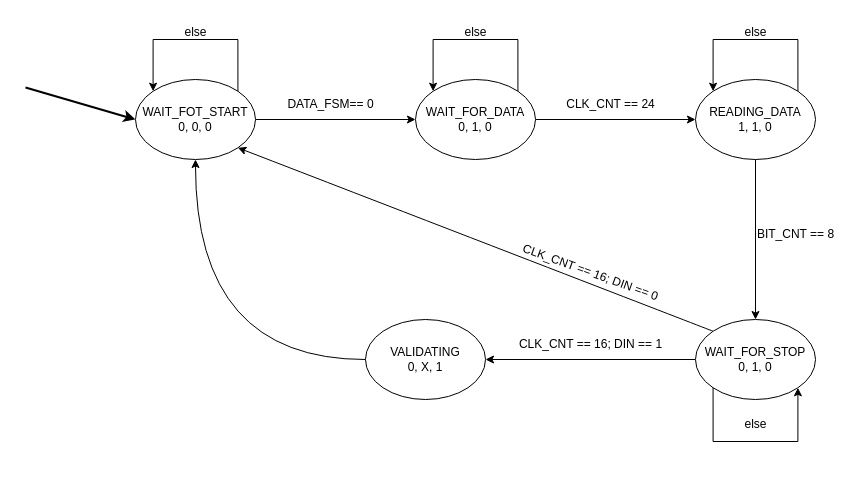
Above: INC_FSM.drawio in ArturSultanov/inc_project (draw.io), before the change. Source tidied: cells renumbered, new cells numbered last; positions are measured from the earlier drawing's top-left corner, leaving out a move shared by most shapes. Both pictures are drawn from the tidied source at 100%, with x=0, y=0 at pixel (25, 17).
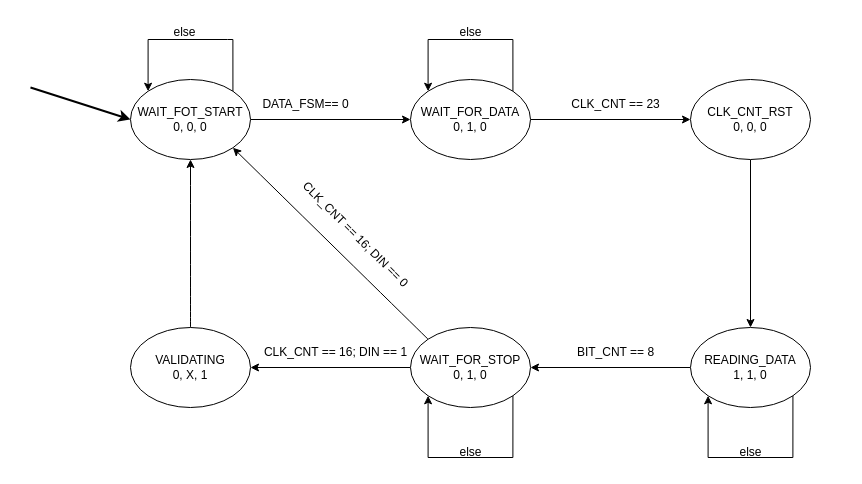
The same diagram, later.

The edit, as a diff of the source:
```diff
@@
     <mxCell id="3" style="jettySize=auto;html=1;exitX=0;exitY=0.5;exitDx=0;exitDy=0;endArrow=none;endFill=0;startArrow=classic;startFill=1;strokeWidth=2;" parent="1" edge="1" source="4">
       <mxGeometry relative="1" as="geometry">
-        <mxPoint y="70" as="targetPoint" />
+        <mxPoint x="5" y="70" as="targetPoint" />
       </mxGeometry>
     </mxCell>
     <mxCell id="4" value="WAIT_FOT_START&lt;br&gt;0, 0, 0" style="ellipse;whiteSpace=wrap;html=1;" parent="1" vertex="1">
-      <mxGeometry x="110" y="62" width="120" height="80" as="geometry" />
+      <mxGeometry x="105" y="62" width="120" height="80" as="geometry" />
     </mxCell>
@@
     <mxCell id="7" value="WAIT_FOR_STOP&lt;br&gt;0, 1, 0" style="ellipse;whiteSpace=wrap;html=1;" parent="1" vertex="1">
-      <mxGeometry x="670" y="302" width="120" height="80" as="geometry" />
+      <mxGeometry x="385" y="310" width="120" height="80" as="geometry" />
     </mxCell>
-    <mxCell id="8" style="edgeStyle=orthogonalEdgeStyle;rounded=0;jettySize=auto;html=1;exitX=0;exitY=0.5;exitDx=0;exitDy=0;entryX=0.5;entryY=1;entryDx=0;entryDy=0;curved=1;" parent="1" edge="1" source="9" target="4">
+    <mxCell id="8" style="edgeStyle=orthogonalEdgeStyle;rounded=0;jettySize=auto;html=1;exitX=0.5;exitY=0;exitDx=0;exitDy=0;entryX=0.5;entryY=1;entryDx=0;entryDy=0;curved=1;" parent="1" edge="1" source="9" target="4">
       <mxGeometry relative="1" as="geometry" />
     </mxCell>
     <mxCell id="9" value="VALIDATING&lt;br&gt;0, X, 1" style="ellipse;whiteSpace=wrap;html=1;" parent="1" vertex="1">
-      <mxGeometry x="340" y="302" width="120" height="80" as="geometry" />
+      <mxGeometry x="105" y="310" width="120" height="80" as="geometry" />
     </mxCell>
@@
     <mxCell id="11" value="WAIT_FOR_DATA&lt;br&gt;0, 1, 0" style="ellipse;whiteSpace=wrap;html=1;" parent="1" vertex="1">
-      <mxGeometry x="390" y="62" width="120" height="80" as="geometry" />
+      <mxGeometry x="385" y="62" width="120" height="80" as="geometry" />
     </mxCell>
-    <mxCell id="12" style="edgeStyle=orthogonalEdgeStyle;rounded=0;jettySize=auto;html=1;exitX=0.5;exitY=1;exitDx=0;exitDy=0;entryX=0.5;entryY=0;entryDx=0;entryDy=0;" parent="1" edge="1" source="13" target="7">
+    <mxCell id="12" style="edgeStyle=orthogonalEdgeStyle;rounded=0;jettySize=auto;html=1;exitX=0.5;exitY=1;exitDx=0;exitDy=0;entryX=0.5;entryY=0;entryDx=0;entryDy=0;" parent="1" edge="1" source="13" target="28">
       <mxGeometry relative="1" as="geometry" />
     </mxCell>
-    <mxCell id="13" value="READING_DATA&lt;br&gt;1, 1, 0" style="ellipse;whiteSpace=wrap;html=1;" parent="1" vertex="1">
-      <mxGeometry x="670" y="62" width="120" height="80" as="geometry" />
+    <mxCell id="13" value="CLK_CNT_RST&lt;br&gt;0, 0, 0" style="ellipse;whiteSpace=wrap;html=1;" parent="1" vertex="1">
+      <mxGeometry x="665" y="62" width="120" height="80" as="geometry" />
     </mxCell>
-    <mxCell id="14" style="edgeStyle=orthogonalEdgeStyle;rounded=0;orthogonalLoop=1;jettySize=auto;html=1;exitX=1;exitY=1;exitDx=0;exitDy=0;entryX=0;entryY=1;entryDx=0;entryDy=0;startArrow=classic;startFill=1;endArrow=none;endFill=0;" parent="1" edge="1" source="7" target="7">
-      <mxGeometry relative="1" as="geometry">
-        <Array as="points">
-          <mxPoint x="772" y="424" />
-          <mxPoint x="688" y="424" />
-        </Array>
-      </mxGeometry>
-    </mxCell>
     <mxCell id="15" style="edgeStyle=orthogonalEdgeStyle;rounded=0;orthogonalLoop=1;jettySize=auto;html=1;exitX=1;exitY=0;exitDx=0;exitDy=0;entryX=0;entryY=0;entryDx=0;entryDy=0;" parent="1" edge="1" source="11" target="11">
       <mxGeometry relative="1" as="geometry">
         <Array as="points">
-          <mxPoint x="493" y="22" />
-          <mxPoint x="407" y="22" />
+          <mxPoint x="446" y="22" />
+          <mxPoint x="362" y="22" />
         </Array>
       </mxGeometry>
     </mxCell>
-    <mxCell id="16" style="edgeStyle=orthogonalEdgeStyle;rounded=0;orthogonalLoop=1;jettySize=auto;html=1;exitX=1;exitY=0;exitDx=0;exitDy=0;entryX=0;entryY=0;entryDx=0;entryDy=0;" parent="1" edge="1" source="13" target="13">
-      <mxGeometry relative="1" as="geometry">
-        <Array as="points">
-          <mxPoint x="773" y="22" />
-          <mxPoint x="687" y="22" />
-        </Array>
-      </mxGeometry>
-    </mxCell>
     <mxCell id="17" style="edgeStyle=orthogonalEdgeStyle;rounded=0;orthogonalLoop=1;jettySize=auto;html=1;exitX=1;exitY=0;exitDx=0;exitDy=0;entryX=0;entryY=0;entryDx=0;entryDy=0;" parent="1" edge="1" source="4" target="4">
       <mxGeometry relative="1" as="geometry">
         <Array as="points">
-          <mxPoint x="213" y="22" />
-          <mxPoint x="128" y="22" />
+          <mxPoint x="202" y="22" />
+          <mxPoint x="117" y="22" />
         </Array>
       </mxGeometry>
     </mxCell>
     <mxCell id="18" value="else" style="text;html=1;align=center;verticalAlign=middle;strokeColor=none;fillColor=none;" parent="1" vertex="1">
-      <mxGeometry x="425" width="50" height="30" as="geometry" />
+      <mxGeometry x="420" width="50" height="30" as="geometry" />
     </mxCell>
     <mxCell id="19" value="else" style="text;html=1;align=center;verticalAlign=middle;strokeColor=none;fillColor=none;" parent="1" vertex="1">
-      <mxGeometry x="145" width="50" height="30" as="geometry" />
+      <mxGeometry x="134" width="50" height="30" as="geometry" />
     </mxCell>
-    <mxCell id="20" value="else" style="text;html=1;align=center;verticalAlign=middle;strokeColor=none;fillColor=none;" parent="1" vertex="1">
-      <mxGeometry x="705" y="392" width="50" height="30" as="geometry" />
-    </mxCell>
-    <mxCell id="21" value="else" style="text;html=1;align=center;verticalAlign=middle;strokeColor=none;fillColor=none;" parent="1" vertex="1">
-      <mxGeometry x="705" width="50" height="30" as="geometry" />
-    </mxCell>
     <mxCell id="22" value="DATA_FSM== 0" style="text;html=1;align=center;verticalAlign=middle;strokeColor=none;fillColor=none;" parent="1" vertex="1">
-      <mxGeometry x="250" y="72" width="110" height="30" as="geometry" />
+      <mxGeometry x="225" y="72" width="110" height="30" as="geometry" />
     </mxCell>
-    <mxCell id="23" value="CLK_CNT == 24" style="text;html=1;align=center;verticalAlign=middle;strokeColor=none;fillColor=none;" parent="1" vertex="1">
-      <mxGeometry x="530" y="72" width="110" height="30" as="geometry" />
+    <mxCell id="23" value="CLK_CNT == 23" style="text;html=1;align=center;verticalAlign=middle;strokeColor=none;fillColor=none;" parent="1" vertex="1">
+      <mxGeometry x="535" y="72" width="110" height="30" as="geometry" />
     </mxCell>
     <mxCell id="24" value="BIT_CNT == 8" style="text;html=1;align=center;verticalAlign=middle;strokeColor=none;fillColor=none;rotation=0;" parent="1" vertex="1">
-      <mxGeometry x="720" y="202" width="100" height="30" as="geometry" />
+      <mxGeometry x="540" y="320" width="100" height="30" as="geometry" />
     </mxCell>
     <mxCell id="25" value="CLK_CNT == 16; DIN == 1" style="text;html=1;align=center;verticalAlign=middle;strokeColor=none;fillColor=none;" parent="1" vertex="1">
-      <mxGeometry x="480" y="312" width="170" height="30" as="geometry" />
+      <mxGeometry x="225" y="320" width="170" height="30" as="geometry" />
     </mxCell>
-    <mxCell id="26" value="CLK_CNT == 16; DIN == 0" style="text;html=1;align=center;verticalAlign=middle;strokeColor=none;fillColor=none;rotation=20;" parent="1" vertex="1">
-      <mxGeometry x="480" y="240" width="170" height="30" as="geometry" />
+    <mxCell id="26" value="CLK_CNT == 16; DIN == 0" style="text;html=1;align=center;verticalAlign=middle;strokeColor=none;fillColor=none;rotation=45;" parent="1" vertex="1">
+      <mxGeometry x="245" y="202" width="170" height="30" as="geometry" />
     </mxCell>
+    <mxCell id="27" style="edgeStyle=orthogonalEdgeStyle;rounded=0;jettySize=auto;html=1;exitX=0;exitY=0.5;exitDx=0;exitDy=0;entryX=1;entryY=0.5;entryDx=0;entryDy=0;" parent="1" edge="1" source="28" target="7">
+      <mxGeometry relative="1" as="geometry" />
+    </mxCell>
+    <mxCell id="28" value="READING_DATA&lt;br style=&quot;border-color: var(--border-color);&quot;&gt;1, 1, 0" style="ellipse;whiteSpace=wrap;html=1;" parent="1" vertex="1">
+      <mxGeometry x="665" y="310" width="120" height="80" as="geometry" />
+    </mxCell>
+    <mxCell id="14" style="edgeStyle=orthogonalEdgeStyle;rounded=0;orthogonalLoop=1;jettySize=auto;html=1;exitX=1;exitY=1;exitDx=0;exitDy=0;entryX=0;entryY=1;entryDx=0;entryDy=0;" parent="1" edge="1" source="7" target="7">
+      <mxGeometry relative="1" as="geometry">
+        <Array as="points">
+          <mxPoint x="487" y="440" />
+          <mxPoint x="403" y="440" />
+        </Array>
+      </mxGeometry>
+    </mxCell>
+    <mxCell id="29" value="else" style="text;html=1;align=center;verticalAlign=middle;strokeColor=none;fillColor=none;" parent="1" vertex="1">
+      <mxGeometry x="420" y="420" width="50" height="30" as="geometry" />
+    </mxCell>
+    <mxCell id="30" style="edgeStyle=orthogonalEdgeStyle;rounded=0;orthogonalLoop=1;jettySize=auto;html=1;exitX=1;exitY=1;exitDx=0;exitDy=0;entryX=0;entryY=1;entryDx=0;entryDy=0;" parent="1" edge="1" source="28" target="28">
+      <mxGeometry relative="1" as="geometry">
+        <Array as="points">
+          <mxPoint x="767" y="440" />
+          <mxPoint x="683" y="440" />
+        </Array>
+      </mxGeometry>
+    </mxCell>
+    <mxCell id="31" value="else" style="text;html=1;align=center;verticalAlign=middle;strokeColor=none;fillColor=none;" parent="1" vertex="1">
+      <mxGeometry x="700" y="420" width="50" height="30" as="geometry" />
+    </mxCell>
```
